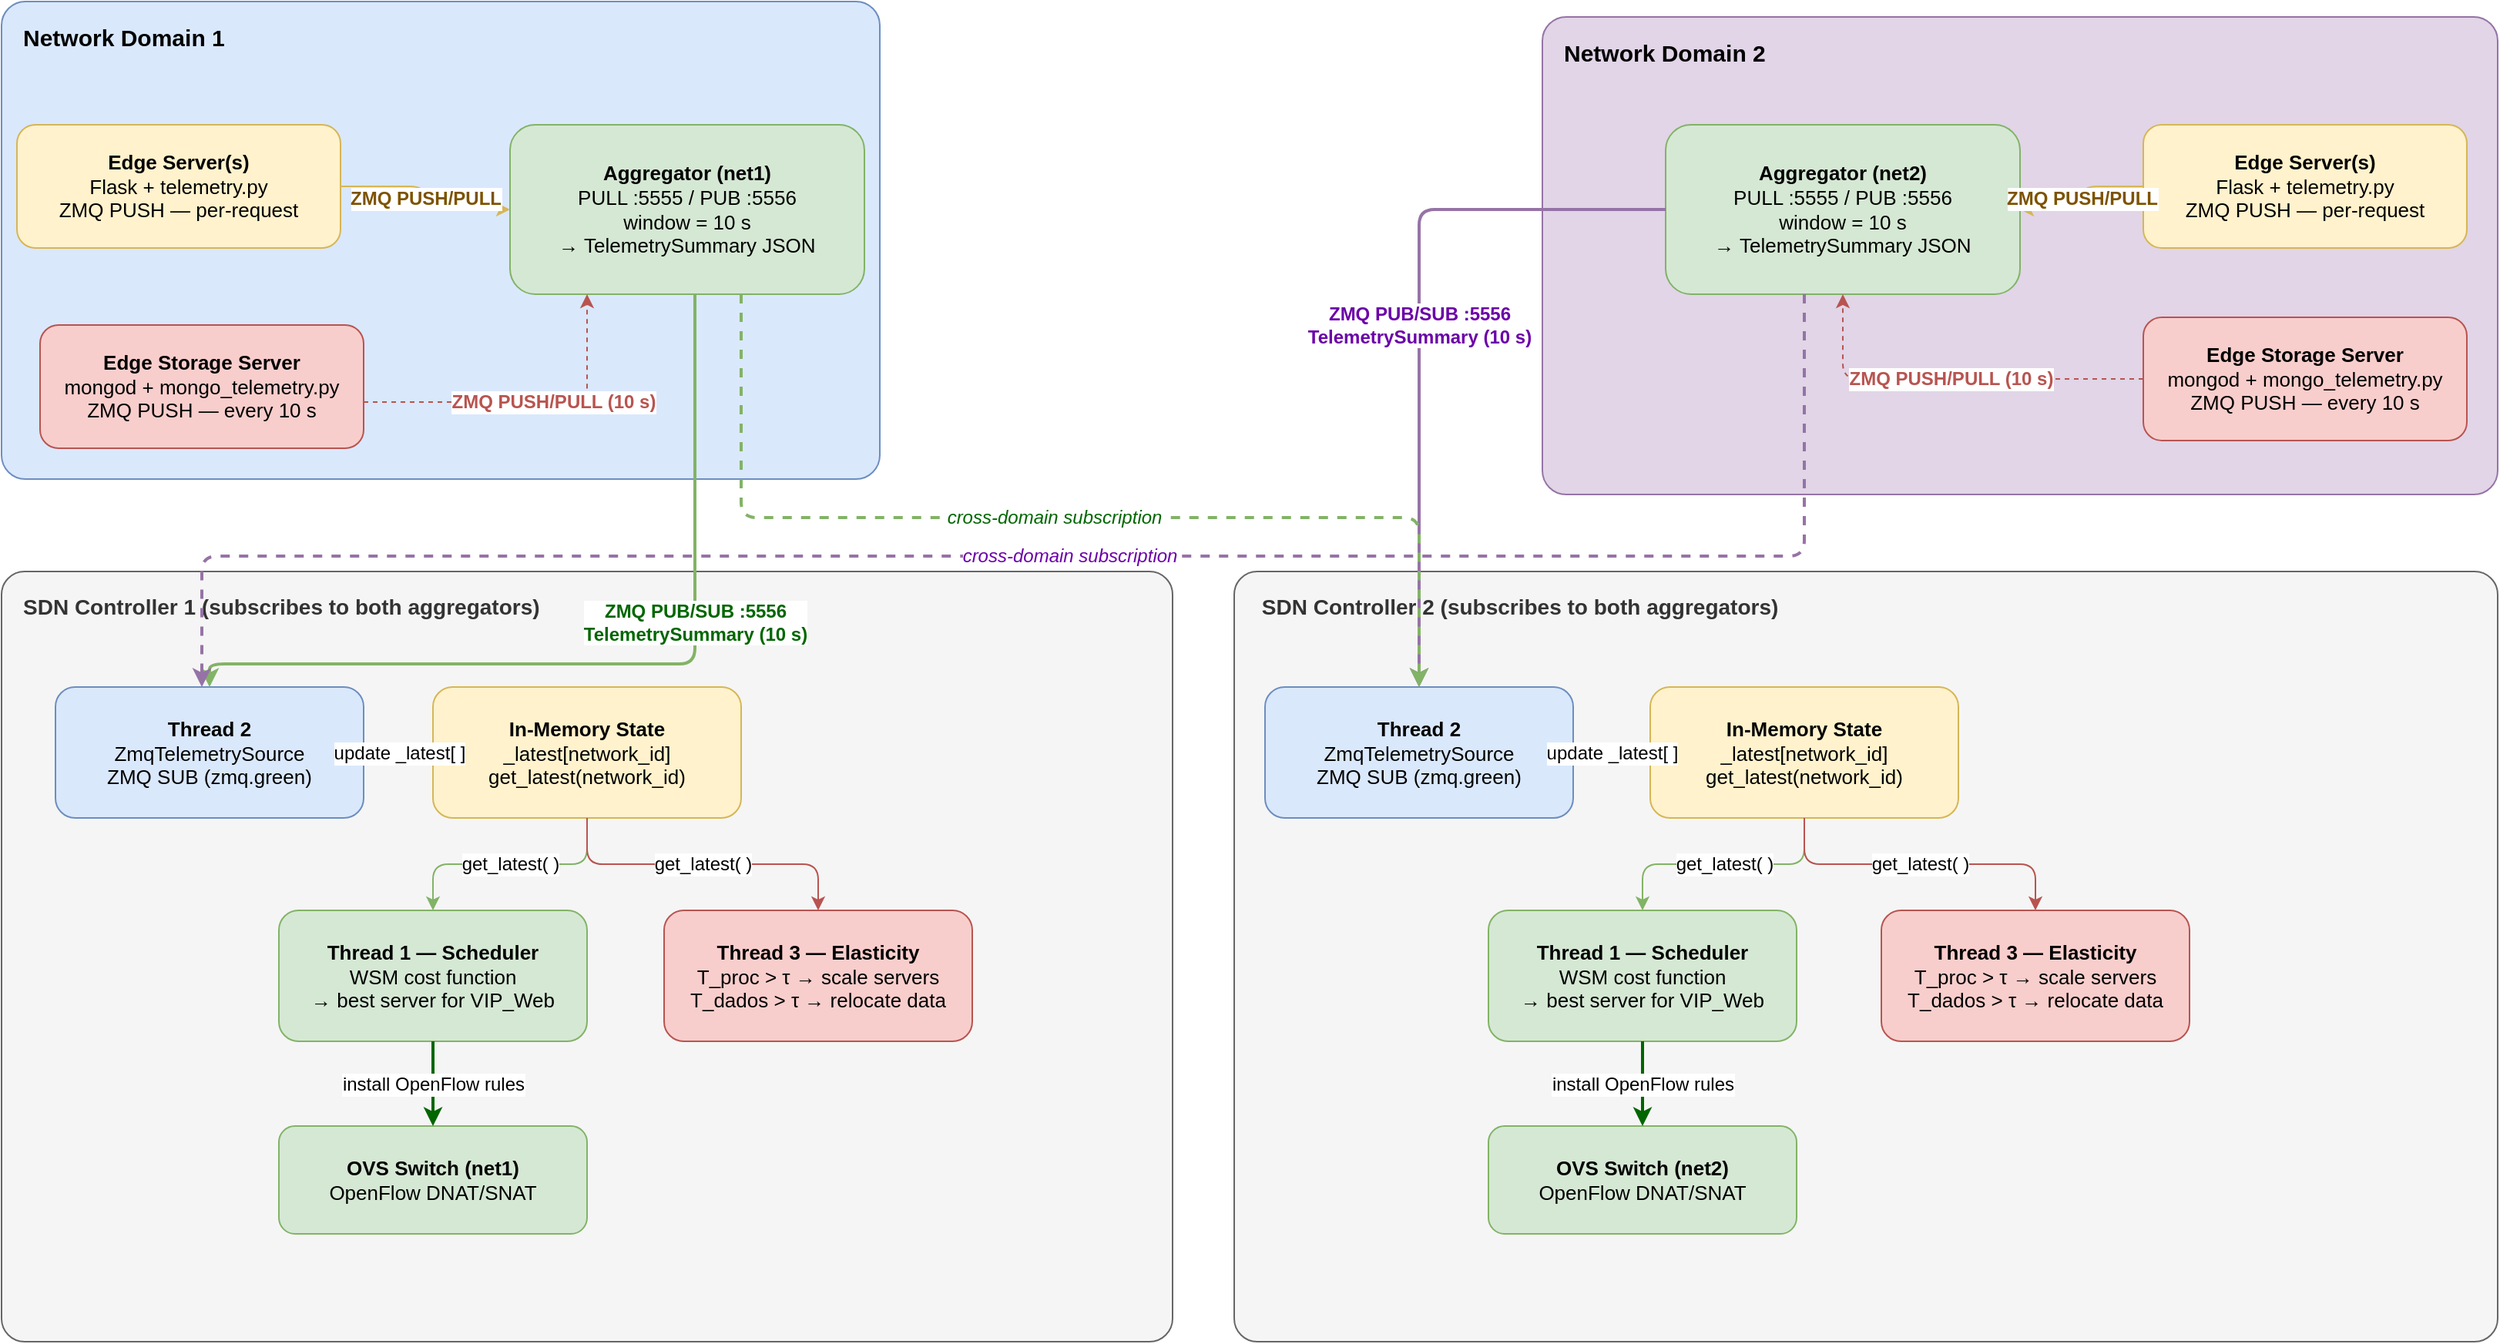
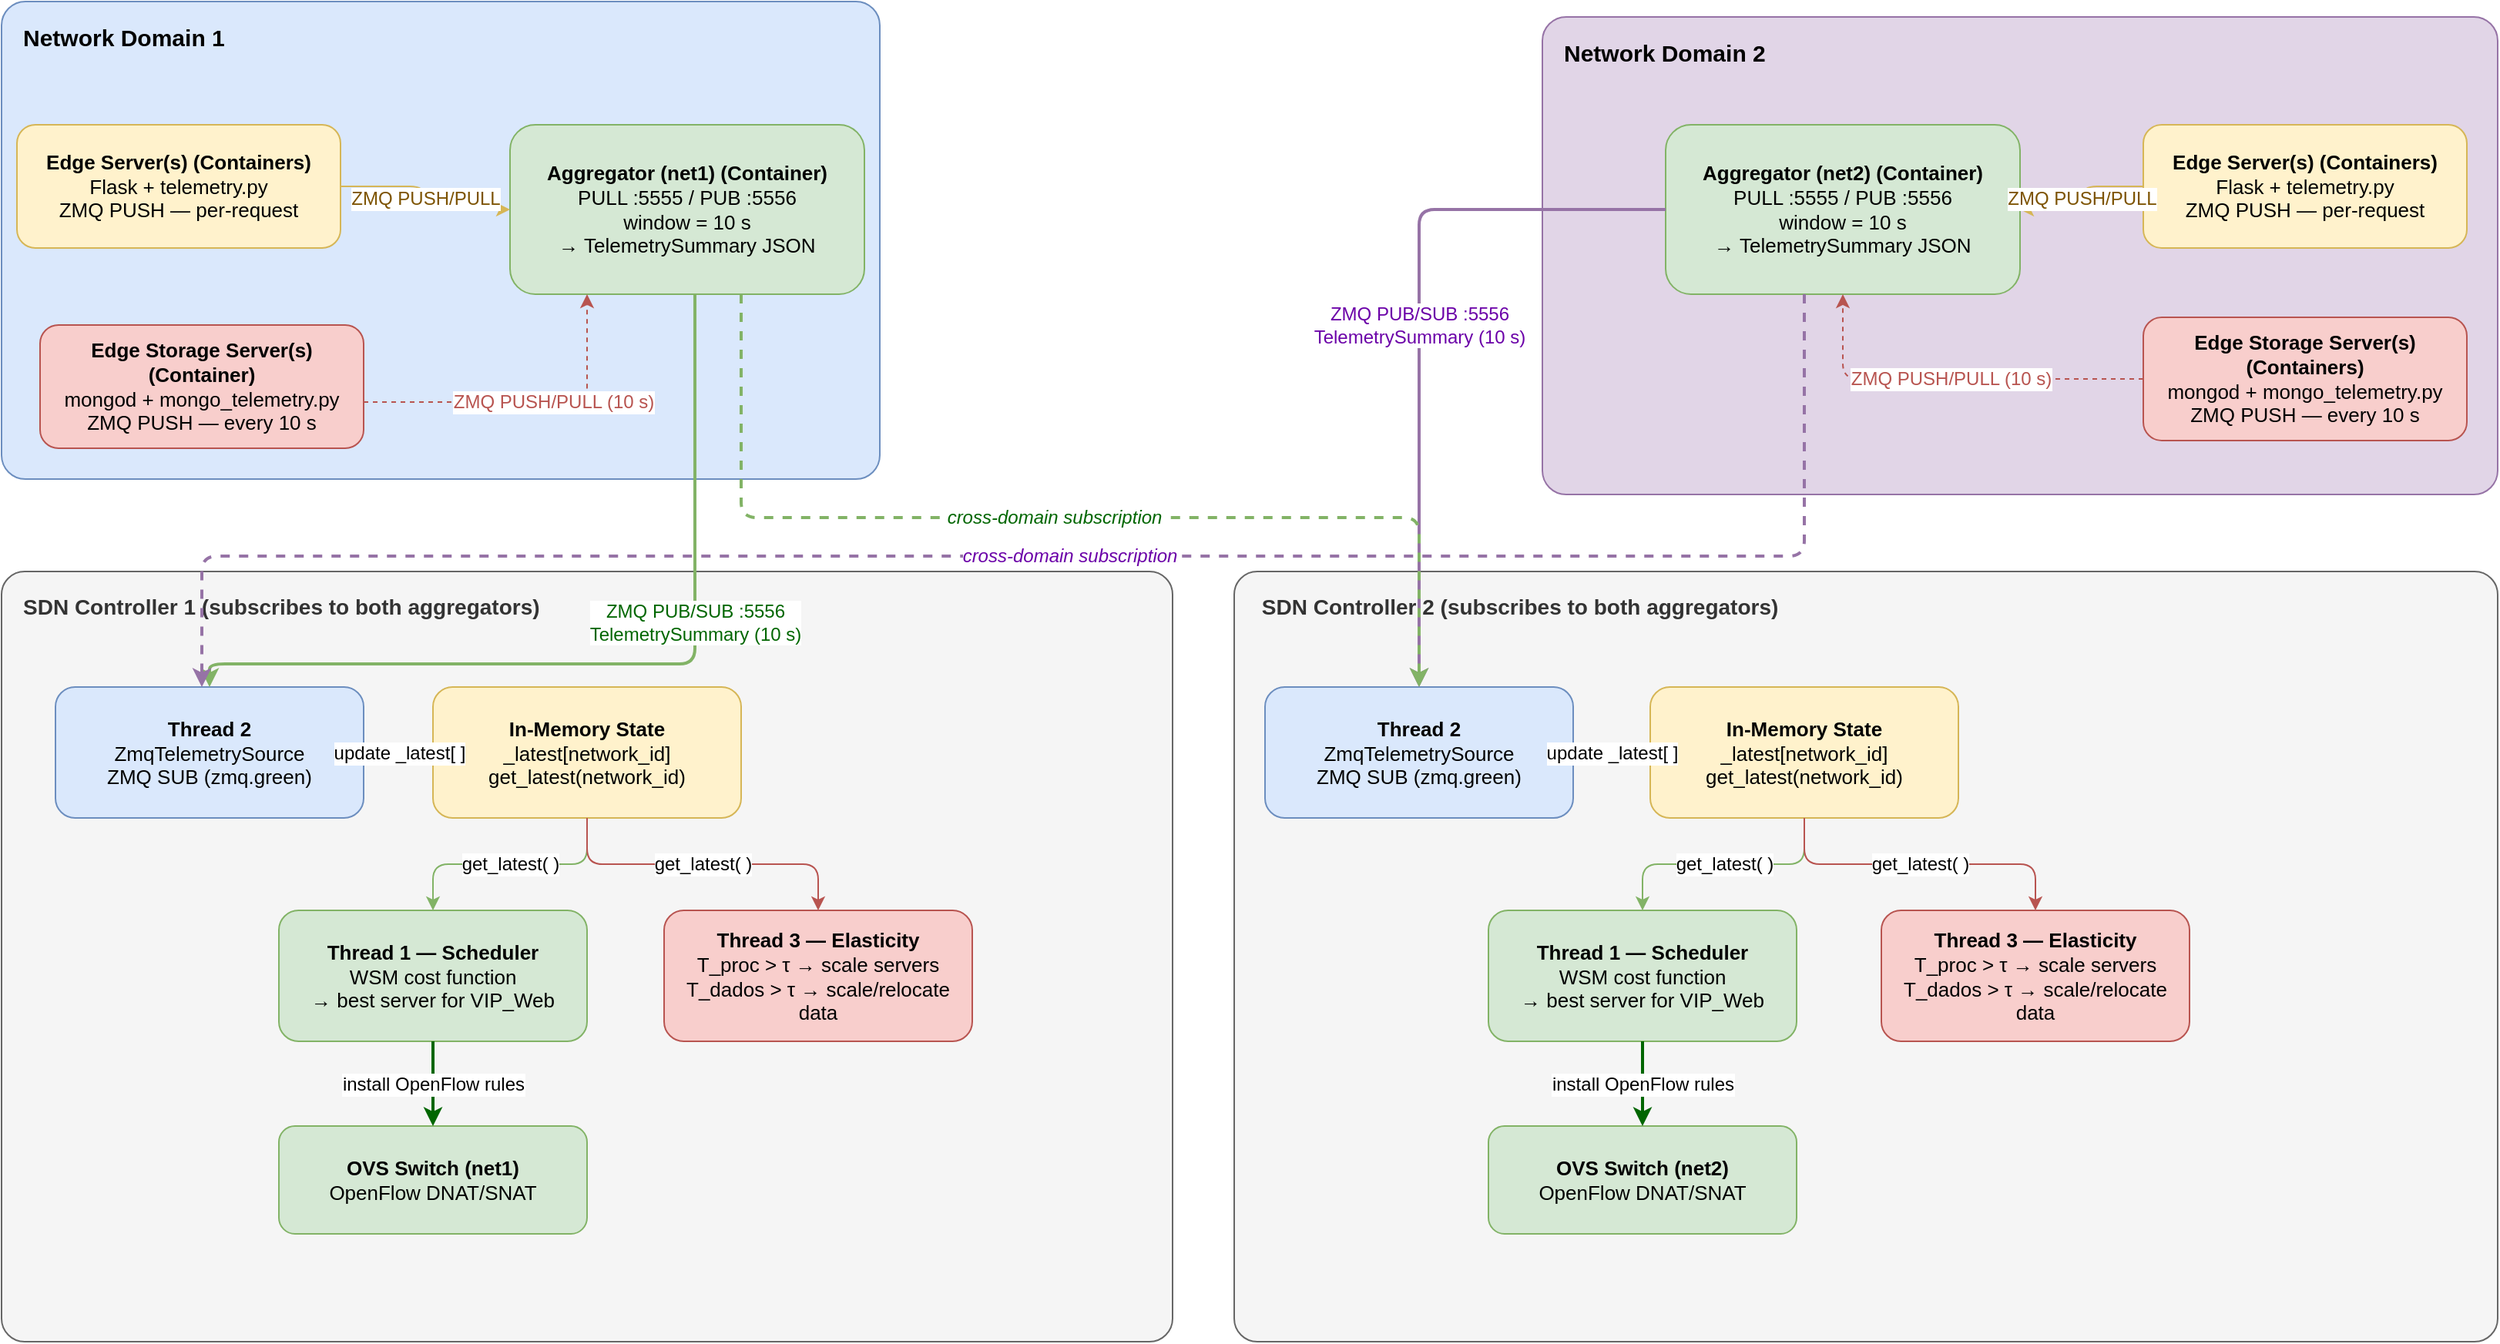
<mxfile host="65bd71144e">
    <diagram id="telemetry-propagation" name="Telemetry Propagation">
-         <mxGraphModel dx="1497" dy="1085" grid="1" gridSize="10" guides="1" tooltips="1" connect="1" arrows="1" fold="1" page="1" pageScale="1" pageWidth="1654" pageHeight="1169" math="0" shadow="0">
+         <mxGraphModel dx="3145" dy="1085" grid="1" gridSize="10" guides="1" tooltips="1" connect="1" arrows="1" fold="1" page="1" pageScale="1" pageWidth="1654" pageHeight="1169" math="0" shadow="0">
            <root>
                <mxCell id="0"/>
                <mxCell id="1" parent="0"/>
                <mxCell id="box_net1" value="Network Domain 1" style="text;html=1;strokeColor=#6c8ebf;fillColor=#dae8fc;align=left;verticalAlign=top;spacingTop=8;spacingLeft=12;rounded=1;fontSize=15;fontStyle=1;arcSize=5;" parent="1" vertex="1">
                    <mxGeometry x="20" y="10" width="570" height="310" as="geometry"/>
                </mxCell>
                <mxCell id="box_net2" value="Network Domain 2" style="text;html=1;strokeColor=#9673a6;fillColor=#e1d5e7;align=left;verticalAlign=top;spacingTop=8;spacingLeft=12;rounded=1;fontSize=15;fontStyle=1;arcSize=5;" parent="1" vertex="1">
                    <mxGeometry x="1020" y="20" width="620" height="310" as="geometry"/>
                </mxCell>
                <mxCell id="box_ctrl1" value="SDN Controller 1  (subscribes to both aggregators)" style="text;html=1;strokeColor=#666666;fillColor=#f5f5f5;fontColor=#333333;align=left;verticalAlign=top;spacingTop=8;spacingLeft=12;rounded=1;fontSize=14;fontStyle=1;arcSize=3;" parent="1" vertex="1">
                    <mxGeometry x="20" y="380" width="760" height="500" as="geometry"/>
                </mxCell>
                <mxCell id="box_ctrl2" value="&amp;nbsp;SDN Controller 2  (subscribes to both aggregators)" style="text;html=1;strokeColor=#666666;fillColor=#f5f5f5;fontColor=#333333;align=left;verticalAlign=top;spacingTop=8;spacingLeft=12;rounded=1;fontSize=14;fontStyle=1;arcSize=3;" parent="1" vertex="1">
                    <mxGeometry x="820" y="380" width="820" height="500" as="geometry"/>
                </mxCell>
-                 <mxCell id="es1" value="&lt;b&gt;Edge Server(s)&lt;/b&gt;&lt;br&gt;Flask + telemetry.py&lt;br&gt;ZMQ PUSH — per-request" style="rounded=1;whiteSpace=wrap;html=1;fillColor=#fff2cc;strokeColor=#d6b656;fontSize=13;" parent="1" vertex="1">
+                 <mxCell id="es1" value="&lt;b&gt;Edge Server(s) (Containers)&lt;/b&gt;&lt;br&gt;Flask + telemetry.py&lt;br&gt;ZMQ PUSH — per-request" style="rounded=1;whiteSpace=wrap;html=1;fillColor=#fff2cc;strokeColor=#d6b656;fontSize=13;" parent="1" vertex="1">
                    <mxGeometry x="30" y="90" width="210" height="80" as="geometry"/>
                </mxCell>
-                 <mxCell id="ss1" value="&lt;b&gt;Edge Storage Server&lt;/b&gt;&lt;br&gt;mongod + mongo_telemetry.py&lt;br&gt;ZMQ PUSH — every 10 s" style="rounded=1;whiteSpace=wrap;html=1;fillColor=#f8cecc;strokeColor=#b85450;fontSize=13;" parent="1" vertex="1">
+                 <mxCell id="ss1" value="&lt;b&gt;Edge Storage Server(s) (Container)&lt;/b&gt;&lt;br&gt;mongod + mongo_telemetry.py&lt;br&gt;ZMQ PUSH — every 10 s" style="rounded=1;whiteSpace=wrap;html=1;fillColor=#f8cecc;strokeColor=#b85450;fontSize=13;" parent="1" vertex="1">
                    <mxGeometry x="45" y="220" width="210" height="80" as="geometry"/>
                </mxCell>
-                 <mxCell id="agg1" value="&lt;b&gt;Aggregator (net1)&lt;/b&gt;&lt;br&gt;PULL :5555 / PUB :5556&lt;br&gt;window = 10 s&lt;br&gt;→ TelemetrySummary JSON" style="rounded=1;whiteSpace=wrap;html=1;fillColor=#d5e8d4;strokeColor=#82b366;fontSize=13;" parent="1" vertex="1">
+                 <mxCell id="agg1" value="&lt;b&gt;Aggregator (net1) (Container)&lt;/b&gt;&lt;br&gt;PULL :5555 / PUB :5556&lt;br&gt;window = 10 s&lt;br&gt;→ TelemetrySummary JSON" style="rounded=1;whiteSpace=wrap;html=1;fillColor=#d5e8d4;strokeColor=#82b366;fontSize=13;" parent="1" vertex="1">
                    <mxGeometry x="350" y="90" width="230" height="110" as="geometry"/>
                </mxCell>
-                 <mxCell id="es2" value="&lt;b&gt;Edge Server(s)&lt;/b&gt;&lt;br&gt;Flask + telemetry.py&lt;br&gt;ZMQ PUSH — per-request" style="rounded=1;whiteSpace=wrap;html=1;fillColor=#fff2cc;strokeColor=#d6b656;fontSize=13;" parent="1" vertex="1">
+                 <mxCell id="es2" value="&lt;b&gt;Edge Server(s) (Containers)&lt;/b&gt;&lt;br&gt;Flask + telemetry.py&lt;br&gt;ZMQ PUSH — per-request" style="rounded=1;whiteSpace=wrap;html=1;fillColor=#fff2cc;strokeColor=#d6b656;fontSize=13;" parent="1" vertex="1">
                    <mxGeometry x="1410" y="90" width="210" height="80" as="geometry"/>
                </mxCell>
-                 <mxCell id="ss2" value="&lt;b&gt;Edge Storage Server&lt;/b&gt;&lt;br&gt;mongod + mongo_telemetry.py&lt;br&gt;ZMQ PUSH — every 10 s" style="rounded=1;whiteSpace=wrap;html=1;fillColor=#f8cecc;strokeColor=#b85450;fontSize=13;" parent="1" vertex="1">
+                 <mxCell id="ss2" value="&lt;b&gt;Edge Storage Server(s) (Containers)&lt;/b&gt;&lt;br&gt;mongod + mongo_telemetry.py&lt;br&gt;ZMQ PUSH — every 10 s" style="rounded=1;whiteSpace=wrap;html=1;fillColor=#f8cecc;strokeColor=#b85450;fontSize=13;" parent="1" vertex="1">
                    <mxGeometry x="1410" y="215" width="210" height="80" as="geometry"/>
                </mxCell>
-                 <mxCell id="agg2" value="&lt;b&gt;Aggregator (net2)&lt;/b&gt;&lt;br&gt;PULL :5555 / PUB :5556&lt;br&gt;window = 10 s&lt;br&gt;→ TelemetrySummary JSON" style="rounded=1;whiteSpace=wrap;html=1;fillColor=#d5e8d4;strokeColor=#82b366;fontSize=13;" parent="1" vertex="1">
+                 <mxCell id="agg2" value="&lt;b&gt;Aggregator (net2) (Container)&lt;/b&gt;&lt;br&gt;PULL :5555 / PUB :5556&lt;br&gt;window = 10 s&lt;br&gt;→ TelemetrySummary JSON" style="rounded=1;whiteSpace=wrap;html=1;fillColor=#d5e8d4;strokeColor=#82b366;fontSize=13;" parent="1" vertex="1">
                    <mxGeometry x="1100" y="90" width="230" height="110" as="geometry"/>
                </mxCell>
                <mxCell id="t2c1" value="&lt;b&gt;Thread 2&lt;/b&gt;&lt;br&gt;ZmqTelemetrySource&lt;br&gt;ZMQ SUB (zmq.green)" style="rounded=1;whiteSpace=wrap;html=1;fillColor=#dae8fc;strokeColor=#6c8ebf;fontSize=13;" parent="1" vertex="1">
                    <mxGeometry x="55" y="455" width="200" height="85" as="geometry"/>
                </mxCell>
                <mxCell id="state_c1" value="&lt;b&gt;In-Memory State&lt;/b&gt;&lt;br&gt;_latest[network_id]&lt;br&gt;get_latest(network_id)" style="rounded=1;whiteSpace=wrap;html=1;fillColor=#fff2cc;strokeColor=#d6b656;fontSize=13;" parent="1" vertex="1">
                    <mxGeometry x="300" y="455" width="200" height="85" as="geometry"/>
                </mxCell>
                <mxCell id="t1c1" value="&lt;b&gt;Thread 1 — Scheduler&lt;/b&gt;&lt;br&gt;WSM cost function&lt;br&gt;→ best server for VIP_Web" style="rounded=1;whiteSpace=wrap;html=1;fillColor=#d5e8d4;strokeColor=#82b366;fontSize=13;" parent="1" vertex="1">
                    <mxGeometry x="200" y="600" width="200" height="85" as="geometry"/>
                </mxCell>
-                 <mxCell id="t3c1" value="&lt;b&gt;Thread 3 — Elasticity&lt;/b&gt;&lt;br&gt;T_proc &gt; τ → scale servers&lt;br&gt;T_dados &gt; τ → relocate data" style="rounded=1;whiteSpace=wrap;html=1;fillColor=#f8cecc;strokeColor=#b85450;fontSize=13;" parent="1" vertex="1">
+                 <mxCell id="t3c1" value="&lt;b&gt;Thread 3 — Elasticity&lt;/b&gt;&lt;br&gt;T_proc &amp;gt; τ → scale servers&lt;br&gt;T_dados &amp;gt; τ → scale/relocate data" style="rounded=1;whiteSpace=wrap;html=1;fillColor=#f8cecc;strokeColor=#b85450;fontSize=13;" parent="1" vertex="1">
                    <mxGeometry x="450" y="600" width="200" height="85" as="geometry"/>
                </mxCell>
                <mxCell id="ovs1" value="&lt;b&gt;OVS Switch (net1)&lt;/b&gt;&lt;br&gt;OpenFlow DNAT/SNAT" style="rounded=1;whiteSpace=wrap;html=1;fillColor=#d5e8d4;strokeColor=#82b366;fontSize=13;" parent="1" vertex="1">
                    <mxGeometry x="200" y="740" width="200" height="70" as="geometry"/>
                </mxCell>
                <mxCell id="t2c2" value="&lt;b&gt;Thread 2&lt;/b&gt;&lt;br&gt;ZmqTelemetrySource&lt;br&gt;ZMQ SUB (zmq.green)" style="rounded=1;whiteSpace=wrap;html=1;fillColor=#dae8fc;strokeColor=#6c8ebf;fontSize=13;" parent="1" vertex="1">
                    <mxGeometry x="840" y="455" width="200" height="85" as="geometry"/>
                </mxCell>
                <mxCell id="state_c2" value="&lt;b&gt;In-Memory State&lt;/b&gt;&lt;br&gt;_latest[network_id]&lt;br&gt;get_latest(network_id)" style="rounded=1;whiteSpace=wrap;html=1;fillColor=#fff2cc;strokeColor=#d6b656;fontSize=13;" parent="1" vertex="1">
                    <mxGeometry x="1090" y="455" width="200" height="85" as="geometry"/>
                </mxCell>
                <mxCell id="t1c2" value="&lt;b&gt;Thread 1 — Scheduler&lt;/b&gt;&lt;br&gt;WSM cost function&lt;br&gt;→ best server for VIP_Web" style="rounded=1;whiteSpace=wrap;html=1;fillColor=#d5e8d4;strokeColor=#82b366;fontSize=13;" parent="1" vertex="1">
                    <mxGeometry x="985" y="600" width="200" height="85" as="geometry"/>
                </mxCell>
-                 <mxCell id="t3c2" value="&lt;b&gt;Thread 3 — Elasticity&lt;/b&gt;&lt;br&gt;T_proc &gt; τ → scale servers&lt;br&gt;T_dados &gt; τ → relocate data" style="rounded=1;whiteSpace=wrap;html=1;fillColor=#f8cecc;strokeColor=#b85450;fontSize=13;" parent="1" vertex="1">
+                 <mxCell id="t3c2" value="&lt;b&gt;Thread 3 — Elasticity&lt;/b&gt;&lt;br&gt;T_proc &amp;gt; τ → scale servers&lt;br&gt;T_dados &amp;gt; τ → scale/relocate data" style="rounded=1;whiteSpace=wrap;html=1;fillColor=#f8cecc;strokeColor=#b85450;fontSize=13;" parent="1" vertex="1">
                    <mxGeometry x="1240" y="600" width="200" height="85" as="geometry"/>
                </mxCell>
                <mxCell id="ovs2" value="&lt;b&gt;OVS Switch (net2)&lt;/b&gt;&lt;br&gt;OpenFlow DNAT/SNAT" style="rounded=1;whiteSpace=wrap;html=1;fillColor=#d5e8d4;strokeColor=#82b366;fontSize=13;" parent="1" vertex="1">
                    <mxGeometry x="985" y="740" width="200" height="70" as="geometry"/>
                </mxCell>
-                 <mxCell id="e_es1_agg1" value="ZMQ PUSH/PULL" style="edgeStyle=orthogonalEdgeStyle;html=1;strokeColor=#d6b656;fontColor=#7d5300;fontSize=12;fontStyle=1;" parent="1" source="es1" target="agg1" edge="1">
+                 <mxCell id="e_es1_agg1" value="ZMQ PUSH/PULL" style="edgeStyle=orthogonalEdgeStyle;html=1;strokeColor=#d6b656;fontColor=#7d5300;fontSize=12;fontStyle=0;" parent="1" source="es1" target="agg1" edge="1">
                    <mxGeometry relative="1" as="geometry"/>
                </mxCell>
-                 <mxCell id="e_ss1_agg1" value="ZMQ PUSH/PULL  (10 s)" style="edgeStyle=orthogonalEdgeStyle;html=1;strokeColor=#b85450;fontColor=#b85450;fontSize=12;fontStyle=1;dashed=1;" parent="1" source="ss1" target="agg1" edge="1">
+                 <mxCell id="e_ss1_agg1" value="ZMQ PUSH/PULL  (10 s)" style="edgeStyle=orthogonalEdgeStyle;html=1;strokeColor=#b85450;fontColor=#b85450;fontSize=12;fontStyle=0;dashed=1;" parent="1" source="ss1" target="agg1" edge="1">
                    <mxGeometry x="0.1304" relative="1" as="geometry">
                        <Array as="points">
                            <mxPoint x="400" y="270"/>
                        </Array>
                        <mxPoint x="1" as="offset"/>
                    </mxGeometry>
                </mxCell>
-                 <mxCell id="e_es2_agg2" value="ZMQ PUSH/PULL" style="edgeStyle=orthogonalEdgeStyle;html=1;strokeColor=#d6b656;fontColor=#7d5300;fontSize=12;fontStyle=1;" parent="1" source="es2" target="agg2" edge="1">
+                 <mxCell id="e_es2_agg2" value="ZMQ PUSH/PULL" style="edgeStyle=orthogonalEdgeStyle;html=1;strokeColor=#d6b656;fontColor=#7d5300;fontSize=12;fontStyle=0;" parent="1" source="es2" target="agg2" edge="1">
                    <mxGeometry relative="1" as="geometry"/>
                </mxCell>
-                 <mxCell id="e_ss2_agg2" value="ZMQ PUSH/PULL  (10 s)" style="edgeStyle=orthogonalEdgeStyle;html=1;strokeColor=#b85450;fontColor=#b85450;fontSize=12;fontStyle=1;dashed=1;" parent="1" source="ss2" target="agg2" edge="1">
+                 <mxCell id="e_ss2_agg2" value="ZMQ PUSH/PULL  (10 s)" style="edgeStyle=orthogonalEdgeStyle;html=1;strokeColor=#b85450;fontColor=#b85450;fontSize=12;fontStyle=0;dashed=1;" parent="1" source="ss2" target="agg2" edge="1">
                    <mxGeometry relative="1" as="geometry"/>
                </mxCell>
-                 <mxCell id="e_agg1_t2c1" value="ZMQ PUB/SUB :5556&lt;br&gt;TelemetrySummary (10 s)" style="edgeStyle=orthogonalEdgeStyle;html=1;strokeColor=#82b366;fontColor=#006600;fontSize=12;fontStyle=1;strokeWidth=2;" parent="1" source="agg1" target="t2c1" edge="1">
+                 <mxCell id="e_agg1_t2c1" value="ZMQ PUB/SUB :5556&lt;br&gt;TelemetrySummary (10 s)" style="edgeStyle=orthogonalEdgeStyle;html=1;strokeColor=#82b366;fontColor=#006600;fontSize=12;fontStyle=0;strokeWidth=2;" parent="1" source="agg1" target="t2c1" edge="1">
                    <mxGeometry x="-0.2522" relative="1" as="geometry">
                        <Array as="points">
                            <mxPoint x="470" y="440"/>
                            <mxPoint x="155" y="440"/>
                        </Array>
                        <mxPoint as="offset"/>
                    </mxGeometry>
                </mxCell>
-                 <mxCell id="e_agg2_t2c2" value="ZMQ PUB/SUB :5556&lt;br&gt;TelemetrySummary (10 s)" style="edgeStyle=orthogonalEdgeStyle;html=1;strokeColor=#9673a6;fontColor=#6b00a8;fontSize=12;fontStyle=1;strokeWidth=2;" parent="1" source="agg2" target="t2c2" edge="1">
+                 <mxCell id="e_agg2_t2c2" value="ZMQ PUB/SUB :5556&lt;br&gt;TelemetrySummary (10 s)" style="edgeStyle=orthogonalEdgeStyle;html=1;strokeColor=#9673a6;fontColor=#6b00a8;fontSize=12;fontStyle=0;strokeWidth=2;" parent="1" source="agg2" target="t2c2" edge="1">
                    <mxGeometry relative="1" as="geometry"/>
                </mxCell>
                <mxCell id="e_agg1_t2c2" value="cross-domain subscription" style="edgeStyle=orthogonalEdgeStyle;html=1;strokeColor=#82b366;fontColor=#006600;fontSize=12;fontStyle=2;dashed=1;strokeWidth=2;" parent="1" source="agg1" target="t2c2" edge="1">
                    <mxGeometry relative="1" as="geometry">
                        <Array as="points">
                            <mxPoint x="500" y="345"/>
                            <mxPoint x="940" y="345"/>
                        </Array>
                    </mxGeometry>
                </mxCell>
                <mxCell id="e_agg2_t2c1" value="cross-domain subscription" style="edgeStyle=orthogonalEdgeStyle;html=1;strokeColor=#9673a6;fontColor=#6b00a8;fontSize=12;fontStyle=2;dashed=1;strokeWidth=2;" parent="1" source="agg2" target="t2c1" edge="1">
                    <mxGeometry x="0.0002" relative="1" as="geometry">
                        <Array as="points">
                            <mxPoint x="1190" y="370"/>
                            <mxPoint x="150" y="370"/>
                        </Array>
                        <mxPoint as="offset"/>
                    </mxGeometry>
                </mxCell>
-                 <mxCell id="e_t2c1_state" value="update _latest[ ]" style="edgeStyle=orthogonalEdgeStyle;html=1;strokeColor=#6c8ebf;fontSize=12;" parent="1" source="t2c1" target="state_c1" edge="1">
+                 <mxCell id="e_t2c1_state" value="update _latest[ ]" style="edgeStyle=orthogonalEdgeStyle;html=1;strokeColor=#6c8ebf;fontSize=12;fontStyle=0" parent="1" source="t2c1" target="state_c1" edge="1">
                    <mxGeometry relative="1" as="geometry"/>
                </mxCell>
-                 <mxCell id="e_state_t1c1" value="get_latest( )" style="edgeStyle=orthogonalEdgeStyle;html=1;strokeColor=#82b366;fontSize=12;" parent="1" source="state_c1" target="t1c1" edge="1">
+                 <mxCell id="e_state_t1c1" value="get_latest( )" style="edgeStyle=orthogonalEdgeStyle;html=1;strokeColor=#82b366;fontSize=12;fontStyle=0" parent="1" source="state_c1" target="t1c1" edge="1">
                    <mxGeometry relative="1" as="geometry"/>
                </mxCell>
-                 <mxCell id="e_state_t3c1" value="get_latest( )" style="edgeStyle=orthogonalEdgeStyle;html=1;strokeColor=#b85450;fontSize=12;" parent="1" source="state_c1" target="t3c1" edge="1">
+                 <mxCell id="e_state_t3c1" value="get_latest( )" style="edgeStyle=orthogonalEdgeStyle;html=1;strokeColor=#b85450;fontSize=12;fontStyle=0" parent="1" source="state_c1" target="t3c1" edge="1">
                    <mxGeometry relative="1" as="geometry"/>
                </mxCell>
-                 <mxCell id="e_t1c1_ovs1" value="install OpenFlow rules" style="edgeStyle=orthogonalEdgeStyle;html=1;strokeColor=#006600;strokeWidth=2;fontSize=12;" parent="1" source="t1c1" target="ovs1" edge="1">
+                 <mxCell id="e_t1c1_ovs1" value="install OpenFlow rules" style="edgeStyle=orthogonalEdgeStyle;html=1;strokeColor=#006600;strokeWidth=2;fontSize=12;fontStyle=0" parent="1" source="t1c1" target="ovs1" edge="1">
                    <mxGeometry relative="1" as="geometry"/>
                </mxCell>
-                 <mxCell id="e_t2c2_state" value="update _latest[ ]" style="edgeStyle=orthogonalEdgeStyle;html=1;strokeColor=#6c8ebf;fontSize=12;" parent="1" source="t2c2" target="state_c2" edge="1">
+                 <mxCell id="e_t2c2_state" value="update _latest[ ]" style="edgeStyle=orthogonalEdgeStyle;html=1;strokeColor=#6c8ebf;fontSize=12;fontStyle=0" parent="1" source="t2c2" target="state_c2" edge="1">
                    <mxGeometry relative="1" as="geometry"/>
                </mxCell>
-                 <mxCell id="e_state_t1c2" value="get_latest( )" style="edgeStyle=orthogonalEdgeStyle;html=1;strokeColor=#82b366;fontSize=12;" parent="1" source="state_c2" target="t1c2" edge="1">
+                 <mxCell id="e_state_t1c2" value="get_latest( )" style="edgeStyle=orthogonalEdgeStyle;html=1;strokeColor=#82b366;fontSize=12;fontStyle=0" parent="1" source="state_c2" target="t1c2" edge="1">
                    <mxGeometry relative="1" as="geometry"/>
                </mxCell>
-                 <mxCell id="e_state_t3c2" value="get_latest( )" style="edgeStyle=orthogonalEdgeStyle;html=1;strokeColor=#b85450;fontSize=12;" parent="1" source="state_c2" target="t3c2" edge="1">
+                 <mxCell id="e_state_t3c2" value="get_latest( )" style="edgeStyle=orthogonalEdgeStyle;html=1;strokeColor=#b85450;fontSize=12;fontStyle=0" parent="1" source="state_c2" target="t3c2" edge="1">
                    <mxGeometry relative="1" as="geometry"/>
                </mxCell>
-                 <mxCell id="e_t1c2_ovs2" value="install OpenFlow rules" style="edgeStyle=orthogonalEdgeStyle;html=1;strokeColor=#006600;strokeWidth=2;fontSize=12;" parent="1" source="t1c2" target="ovs2" edge="1">
+                 <mxCell id="e_t1c2_ovs2" value="install OpenFlow rules" style="edgeStyle=orthogonalEdgeStyle;html=1;strokeColor=#006600;strokeWidth=2;fontSize=12;fontStyle=0" parent="1" source="t1c2" target="ovs2" edge="1">
                    <mxGeometry relative="1" as="geometry"/>
                </mxCell>
            </root>
        </mxGraphModel>
    </diagram>
</mxfile>